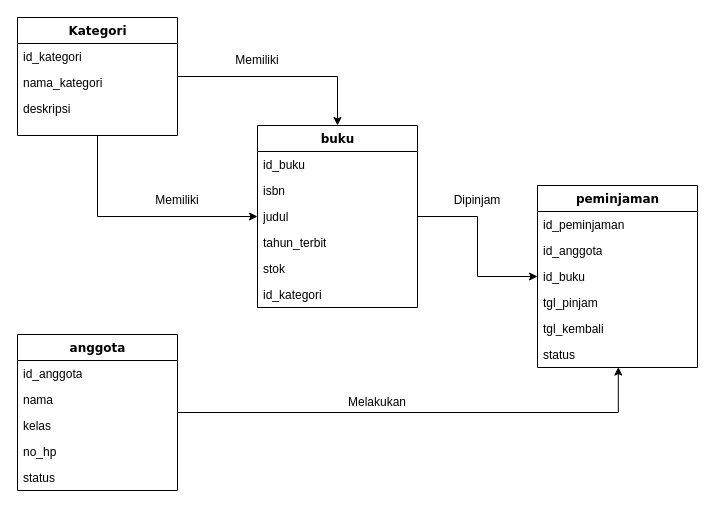
Earlier version of the draw.io diagram Untitled Diagram.drawio (azk4rls/web_films). Source tidied: cells renumbered, new cells numbered last; positions are measured from the earlier drawing's top-left corner, leaving out a move shared by most shapes. Both pictures are drawn from the tidied source at 100%, with x=0, y=0 at pixel (17, 17).
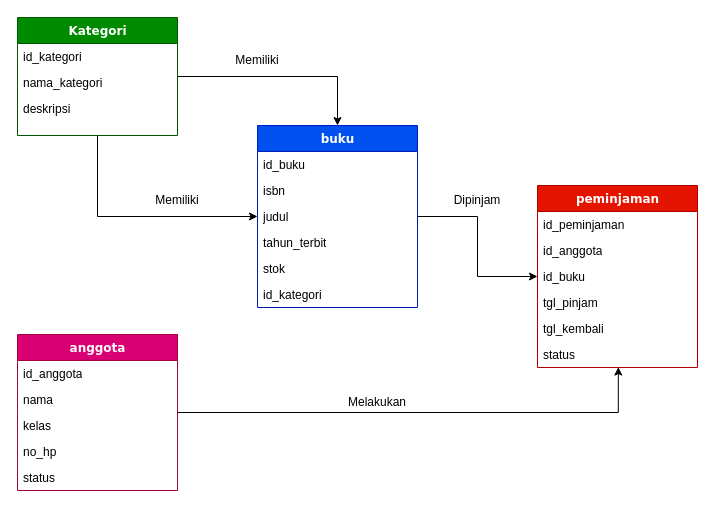
Above is the later version.

Change to the diagram source:
```diff
@@
-    <mxCell id="2" value="buku" style="swimlane;html=1;fontStyle=1;align=center;verticalAlign=top;horizontal=1;startSize=26;swimlaneFillColor=#ffffff;rounded=0;shadow=0;comic=0;labelBackgroundColor=none;strokeWidth=1;fillColor=none;fontFamily=Verdana;fontSize=12;" parent="1" vertex="1">
+    <mxCell id="2" value="buku" style="swimlane;html=1;fontStyle=1;align=center;verticalAlign=top;horizontal=1;startSize=26;swimlaneFillColor=#ffffff;rounded=0;shadow=0;comic=0;labelBackgroundColor=none;strokeWidth=1;fillColor=#0050ef;fontFamily=Verdana;fontSize=12;fontColor=#ffffff;strokeColor=#001DBC;" parent="1" vertex="1">
       <mxGeometry x="240" y="108" width="160" height="182" as="geometry" />
     </mxCell>
@@
-    <mxCell id="11" value="Kategori" style="swimlane;html=1;fontStyle=1;align=center;verticalAlign=top;horizontal=1;startSize=26;swimlaneFillColor=#ffffff;rounded=0;shadow=0;comic=0;labelBackgroundColor=none;strokeWidth=1;fillColor=none;fontFamily=Verdana;fontSize=12;" parent="1" vertex="1">
+    <mxCell id="11" value="Kategori" style="swimlane;html=1;fontStyle=1;align=center;verticalAlign=top;horizontal=1;startSize=26;swimlaneFillColor=#ffffff;rounded=0;shadow=0;comic=0;labelBackgroundColor=none;strokeWidth=1;fillColor=#008a00;fontFamily=Verdana;fontSize=12;fontColor=#ffffff;strokeColor=#005700;" parent="1" vertex="1">
       <mxGeometry width="160" height="118" as="geometry" />
     </mxCell>
@@
-    <mxCell id="15" value="anggota" style="swimlane;html=1;fontStyle=1;align=center;verticalAlign=top;horizontal=1;startSize=26;swimlaneFillColor=#ffffff;rounded=0;shadow=0;comic=0;labelBackgroundColor=none;strokeWidth=1;fillColor=none;fontFamily=Verdana;fontSize=12;" parent="1" vertex="1">
+    <mxCell id="15" value="anggota" style="swimlane;html=1;fontStyle=1;align=center;verticalAlign=top;horizontal=1;startSize=26;swimlaneFillColor=#ffffff;rounded=0;shadow=0;comic=0;labelBackgroundColor=none;strokeWidth=1;fillColor=light-dark(#D80073,#FFF212);fontFamily=Verdana;fontSize=12;strokeColor=#A50040;fontColor=#ffffff;" parent="1" vertex="1">
       <mxGeometry y="317" width="160" height="156" as="geometry" />
     </mxCell>
@@
-    <mxCell id="21" value="peminjaman" style="swimlane;html=1;fontStyle=1;align=center;verticalAlign=top;horizontal=1;startSize=26;swimlaneFillColor=#ffffff;rounded=0;shadow=0;comic=0;labelBackgroundColor=none;strokeWidth=1;fillColor=none;fontFamily=Verdana;fontSize=12;" parent="1" vertex="1">
+    <mxCell id="21" value="peminjaman" style="swimlane;html=1;fontStyle=1;align=center;verticalAlign=top;horizontal=1;startSize=26;swimlaneFillColor=#ffffff;rounded=0;shadow=0;comic=0;labelBackgroundColor=none;strokeWidth=1;fillColor=#e51400;fontFamily=Verdana;fontSize=12;fontColor=#ffffff;strokeColor=#B20000;" parent="1" vertex="1">
       <mxGeometry x="520" y="168" width="160" height="182" as="geometry" />
     </mxCell>
```
